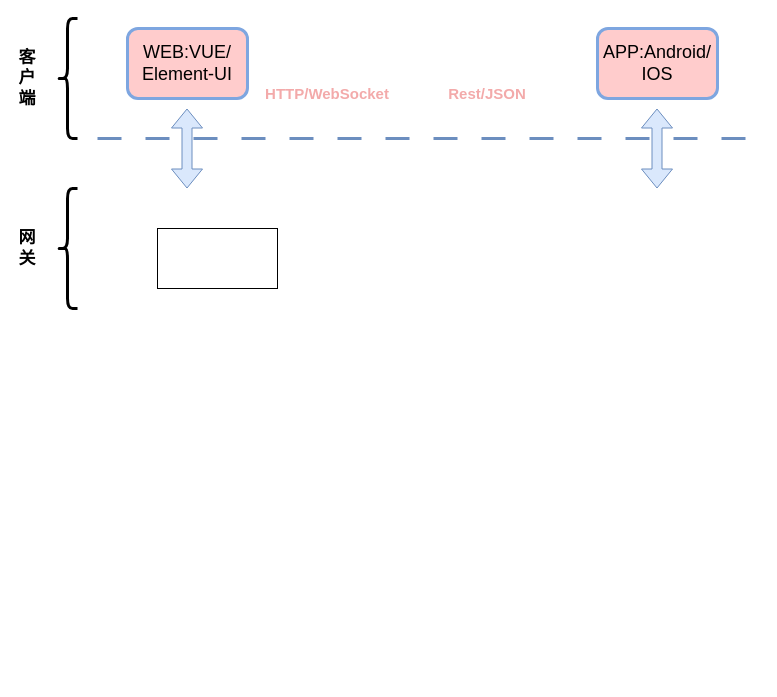
Before: images/技术架构.drawio in youngsapling/kappak, a draw.io diagram. Source tidied: cells renumbered, new cells numbered last; positions are measured from the earlier drawing's top-left corner, leaving out a move shared by most shapes. Both pictures are drawn from the tidied source at 100%, with x=0, y=0 at pixel (17, 18).
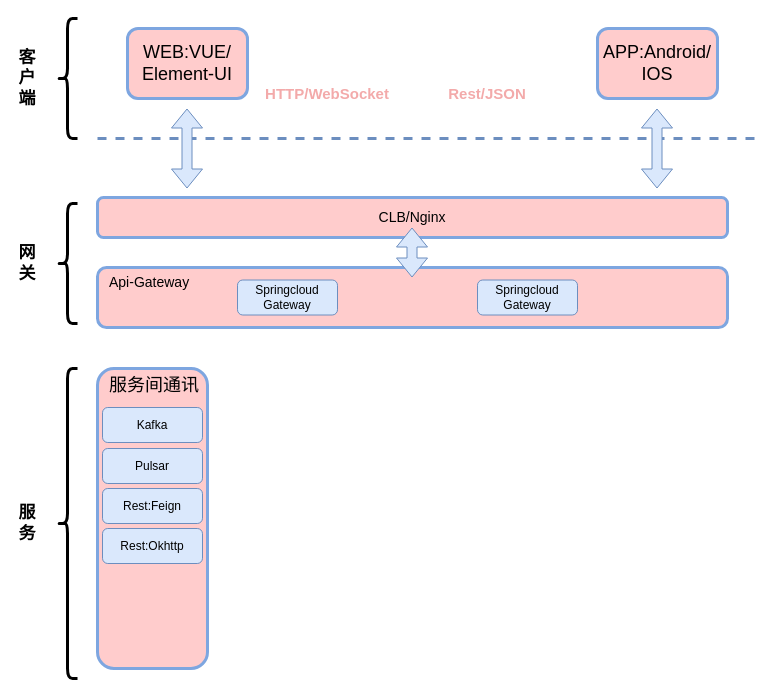
After the change.

Commit message (it also covers changes not shown here):
更新技术架构.drawio

Change to the diagram source:
```diff
@@
-    <mxCell id="5" style="endArrow=none;dashed=1;html=1;rounded=1;strokeWidth=3;fillColor=#dae8fc;strokeColor=#6C8EBF;curved=0;dashPattern=8 8;" parent="1" edge="1">
+    <mxCell id="5" style="endArrow=none;dashed=1;html=1;rounded=1;strokeWidth=3;fillColor=#dae8fc;strokeColor=#6C8EBF;curved=0;" parent="1" edge="1">
       <mxGeometry relative="1" as="geometry">
         <mxPoint x="80" y="120" as="sourcePoint" />
         <mxPoint x="740" y="120" as="targetPoint" />
       </mxGeometry>
     </mxCell>
@@
     <mxCell id="11" style="shape=curlyBracket;whiteSpace=wrap;html=1;rounded=1;labelPosition=left;verticalLabelPosition=middle;align=right;verticalAlign=middle;strokeWidth=3;" parent="1" vertex="1">
-      <mxGeometry x="40" y="170" width="20" height="120" as="geometry" />
+      <mxGeometry x="40" y="185" width="20" height="120" as="geometry" />
     </mxCell>
     <mxCell id="12" value="&lt;span style=&quot;font-size: 17px;&quot;&gt;&lt;b&gt;网关&lt;/b&gt;&lt;/span&gt;" style="text;html=1;align=center;verticalAlign=middle;whiteSpace=wrap;rounded=0;" parent="1" vertex="1">
-      <mxGeometry y="215" width="20" height="30" as="geometry" />
+      <mxGeometry y="230" width="20" height="30" as="geometry" />
     </mxCell>
-    <mxCell id="13" style="rounded=0;whiteSpace=wrap;html=1;" parent="1" vertex="1">
-      <mxGeometry x="140" y="210" width="120" height="60" as="geometry" />
-    </mxCell>
+    <mxCell id="14" value="&lt;font style=&quot;font-size: 14px;&quot;&gt;CLB/Nginx&lt;/font&gt;" style="rounded=1;whiteSpace=wrap;html=1;fillColor=#FFCCCC;strokeColor=#7EA6E0;strokeWidth=3;" parent="1" vertex="1">
+      <mxGeometry x="80" y="179" width="630" height="40" as="geometry" />
+    </mxCell>
+    <mxCell id="15" value="&lt;font style=&quot;font-size: 14px;&quot;&gt;Api-Gateway&lt;/font&gt;" style="rounded=1;whiteSpace=wrap;html=1;fillColor=#FFCCCC;strokeColor=#7EA6E0;strokeWidth=3;align=left;verticalAlign=top;spacingLeft=10;" parent="1" vertex="1">
+      <mxGeometry x="80" y="249" width="630" height="60" as="geometry" />
+    </mxCell>
+    <mxCell id="16" style="shape=flexArrow;endArrow=classic;startArrow=classic;html=1;rounded=0;labelBackgroundColor=#CCFFFF;fillColor=#dae8fc;strokeColor=#6c8ebf;" parent="1" edge="1">
+      <mxGeometry relative="1" as="geometry">
+        <mxPoint x="394.5" y="259" as="sourcePoint" />
+        <mxPoint x="394.5" y="209" as="targetPoint" />
+      </mxGeometry>
+    </mxCell>
+    <mxCell id="17" value="Springcloud&lt;div&gt;Gateway&lt;/div&gt;" style="rounded=1;whiteSpace=wrap;html=1;fillColor=#dae8fc;strokeColor=#6c8ebf;" parent="1" vertex="1">
+      <mxGeometry x="220" y="261.5" width="100" height="35" as="geometry" />
+    </mxCell>
+    <mxCell id="18" value="Springcloud&lt;div&gt;Gateway&lt;/div&gt;" style="rounded=1;whiteSpace=wrap;html=1;fillColor=#dae8fc;strokeColor=#6c8ebf;" parent="1" vertex="1">
+      <mxGeometry x="460" y="261.5" width="100" height="35" as="geometry" />
+    </mxCell>
+    <mxCell id="19" style="shape=curlyBracket;whiteSpace=wrap;html=1;rounded=1;labelPosition=left;verticalLabelPosition=middle;align=right;verticalAlign=middle;strokeWidth=3;" parent="1" vertex="1">
+      <mxGeometry x="40" y="350" width="20" height="310" as="geometry" />
+    </mxCell>
+    <mxCell id="20" value="&lt;span style=&quot;font-size: 17px;&quot;&gt;&lt;b&gt;服务&lt;/b&gt;&lt;/span&gt;" style="text;html=1;align=center;verticalAlign=middle;whiteSpace=wrap;rounded=0;" parent="1" vertex="1">
+      <mxGeometry y="490" width="20" height="30" as="geometry" />
+    </mxCell>
+    <mxCell id="21" value="&lt;span style=&quot;font-size: 18px;&quot;&gt;服务间通讯&lt;/span&gt;" style="rounded=1;whiteSpace=wrap;html=1;fillColor=#FFCCCC;strokeColor=#7EA6E0;strokeWidth=3;spacingLeft=10;verticalAlign=top;align=left;" parent="1" vertex="1">
+      <mxGeometry x="80" y="350" width="110" height="300" as="geometry" />
+    </mxCell>
+    <mxCell id="22" value="Kafka" style="rounded=1;whiteSpace=wrap;html=1;fillColor=#dae8fc;strokeColor=#6c8ebf;" parent="1" vertex="1">
+      <mxGeometry x="85" y="389" width="100" height="35" as="geometry" />
+    </mxCell>
+    <mxCell id="23" value="Pulsar" style="rounded=1;whiteSpace=wrap;html=1;fillColor=#dae8fc;strokeColor=#6c8ebf;" parent="1" vertex="1">
+      <mxGeometry x="85" y="430" width="100" height="35" as="geometry" />
+    </mxCell>
+    <mxCell id="24" value="Rest:Feign" style="rounded=1;whiteSpace=wrap;html=1;fillColor=#dae8fc;strokeColor=#6c8ebf;" parent="1" vertex="1">
+      <mxGeometry x="85" y="470" width="100" height="35" as="geometry" />
+    </mxCell>
+    <mxCell id="25" value="Rest:Okhttp" style="rounded=1;whiteSpace=wrap;html=1;fillColor=#dae8fc;strokeColor=#6c8ebf;" parent="1" vertex="1">
+      <mxGeometry x="85" y="510" width="100" height="35" as="geometry" />
+    </mxCell>
```
